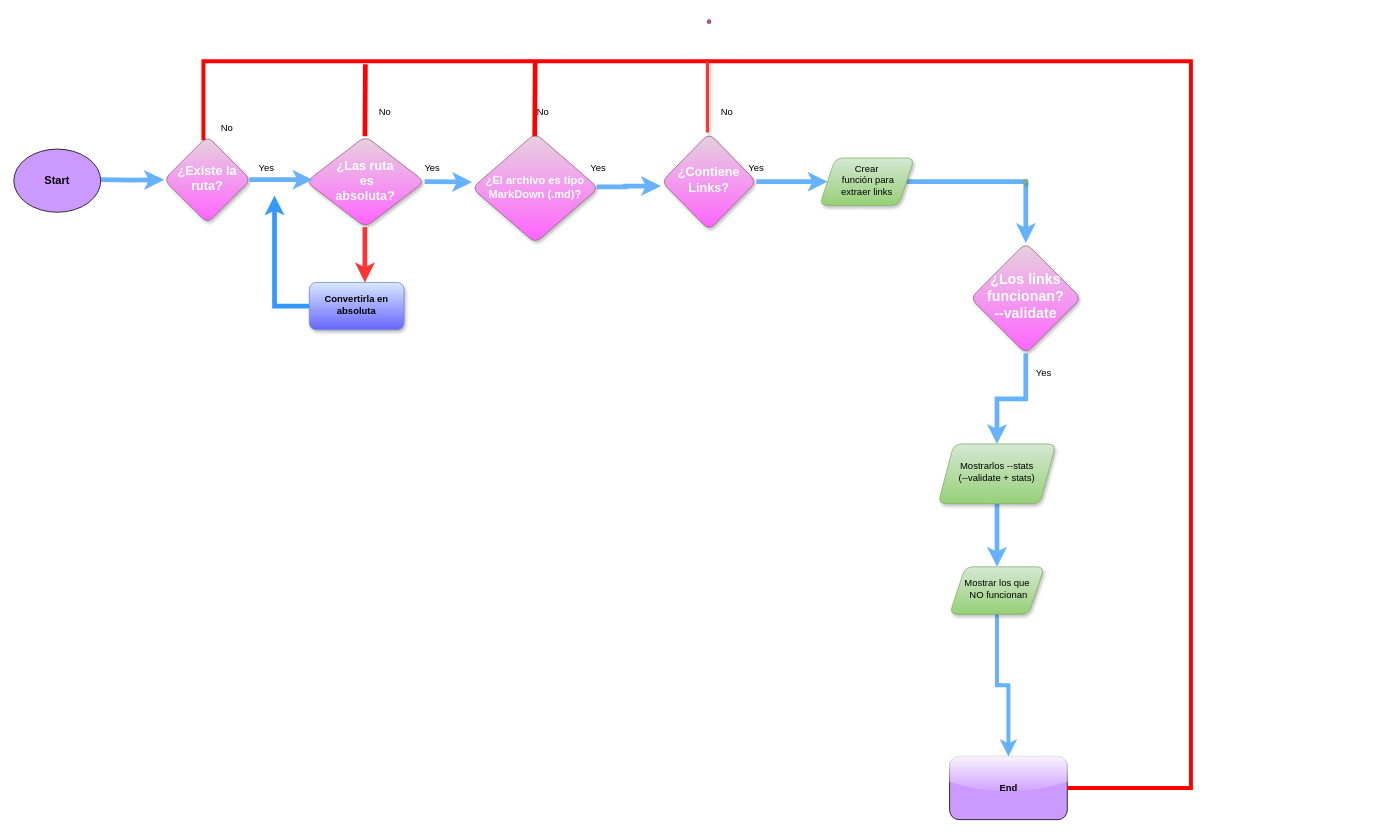
The draw.io diagram Diagrama sin título.drawio in Laboratoria/DEV001-md-links, before the edit. Source tidied: cells renumbered, new cells numbered last; positions are measured from the earlier drawing's top-left corner, leaving out a move shared by most shapes. Both pictures are drawn from the tidied source at 79%, with x=0, y=0 at pixel (13, 13).
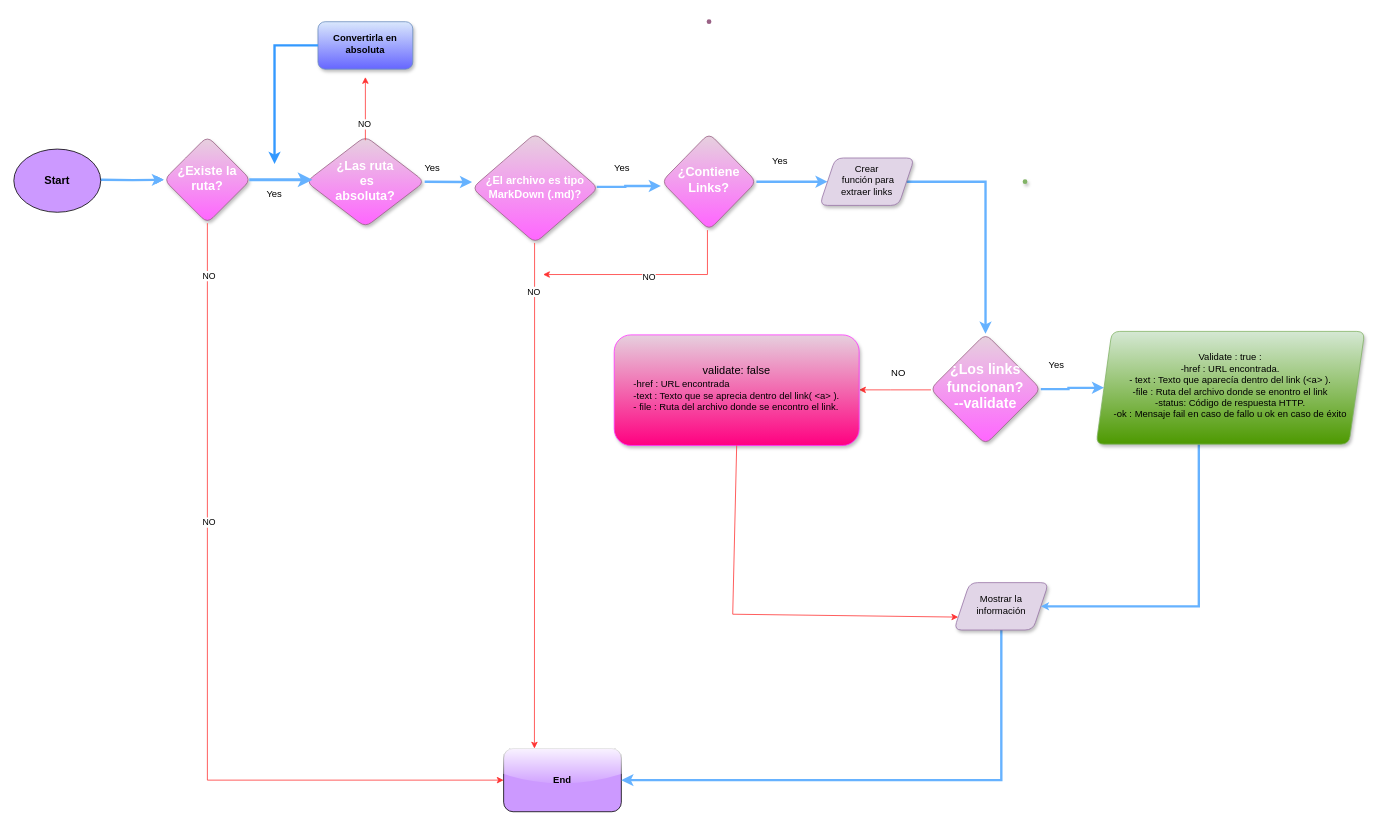
After the change.

Commit message:
Actualizar Diagrama 250123.drawio

Unchanged cells that the change refers to:
```xml
<mxCell id="5" value="&lt;font style=&quot;font-size: 16px;&quot; color=&quot;#ffffff&quot;&gt;&lt;b&gt;¿Las ruta&lt;br&gt;&amp;nbsp;es &lt;br&gt;absoluta?&lt;/b&gt;&lt;/font&gt;" style="rhombus;whiteSpace=wrap;html=1;shadow=1;fontFamily=Helvetica;fontSize=12;align=center;strokeWidth=1;spacing=6;spacingTop=-4;fillColor=#e6d0de;rounded=1;gradientColor=#FF66FF;strokeColor=#996185;" parent="1" vertex="1">
  <mxGeometry x="370" y="155" width="150" height="115" as="geometry" />
</mxCell>
<mxCell id="11" value="&lt;font size=&quot;1&quot; color=&quot;#ffffff&quot;&gt;&lt;b style=&quot;font-size: 16px;&quot;&gt;¿Existe la ruta?&lt;/b&gt;&lt;/font&gt;" style="rhombus;whiteSpace=wrap;html=1;shadow=1;fontFamily=Helvetica;fontSize=12;align=center;strokeWidth=1;spacing=6;spacingTop=-4;fillColor=#e6d0de;strokeColor=#996185;rounded=1;gradientColor=#FF66FF;" parent="1" vertex="1">
  <mxGeometry x="190" y="155" width="110" height="110" as="geometry" />
</mxCell>
<mxCell id="15" value="&lt;b style=&quot;font-size: 16px;&quot;&gt;&lt;font color=&quot;#ffffff&quot;&gt;¿Contiene&lt;br&gt;Links?&lt;/font&gt;&lt;/b&gt;" style="rhombus;whiteSpace=wrap;html=1;shadow=1;fontFamily=Helvetica;fontSize=12;align=center;strokeWidth=1;spacing=6;spacingTop=-4;fillColor=#e6d0de;gradientColor=#FF66FF;strokeColor=#996185;rounded=1;" parent="1" vertex="1">
  <mxGeometry x="820" y="151.2" width="120" height="122.5" as="geometry" />
</mxCell>
```

Change to the diagram source:
```diff
@@
-    <mxCell id="3" style="edgeStyle=orthogonalEdgeStyle;rounded=0;jettySize=auto;html=1;strokeColor=#66B2FF;fontFamily=Helvetica;fillColor=#66B2FF;strokeWidth=6;" parent="1" edge="1" target="11">
+    <mxCell id="3" style="edgeStyle=orthogonalEdgeStyle;rounded=0;jettySize=auto;html=1;strokeColor=#66B2FF;fontFamily=Helvetica;fillColor=#66B2FF;strokeWidth=3;" parent="1" edge="1" target="11">
       <mxGeometry relative="1" as="geometry">
         <mxPoint x="110" y="210" as="sourcePoint" />
       </mxGeometry>
     </mxCell>
@@
-    <mxCell id="6" style="edgeStyle=orthogonalEdgeStyle;rounded=0;orthogonalLoop=1;jettySize=auto;html=1;strokeColor=#66B2FF;fontFamily=Helvetica;fillColor=#3399FF;strokeWidth=6;" parent="1" edge="1">
+    <mxCell id="6" style="edgeStyle=orthogonalEdgeStyle;rounded=0;orthogonalLoop=1;jettySize=auto;html=1;strokeColor=#66B2FF;fontFamily=Helvetica;fillColor=#3399FF;strokeWidth=3;" parent="1" edge="1">
       <mxGeometry relative="1" as="geometry">
         <mxPoint x="737.9" y="219" as="sourcePoint" />
         <mxPoint x="819" y="218" as="targetPoint" />
         <Array as="points">
           <mxPoint x="774" y="219" />
           <mxPoint x="774" y="218" />
         </Array>
       </mxGeometry>
     </mxCell>
@@
     <mxCell id="8" value="&lt;b&gt;Convertirla en absoluta&lt;/b&gt;" style="rounded=1;whiteSpace=wrap;html=1;shadow=1;strokeWidth=1;spacing=6;spacingTop=-4;fillColor=#dae8fc;glass=0;gradientColor=#6666FF;strokeColor=#6c8ebf;" parent="1" vertex="1">
-      <mxGeometry x="374" y="340" width="120" height="60" as="geometry" />
+      <mxGeometry x="385" y="10" width="120" height="60" as="geometry" />
     </mxCell>
     <mxCell id="9" value="Yes" style="text;html=1;strokeColor=none;fillColor=none;align=center;verticalAlign=middle;whiteSpace=wrap;rounded=0;strokeWidth=6;" parent="1" vertex="1">
-      <mxGeometry x="290" y="180" width="60" height="30" as="geometry" />
+      <mxGeometry x="300" y="212.5" width="60" height="30" as="geometry" />
     </mxCell>
     <mxCell id="10" value="&lt;b&gt;End&lt;/b&gt;" style="rounded=1;whiteSpace=wrap;html=1;fontSize=12;glass=1;strokeWidth=1;shadow=0;fillColor=#CC99FF;" parent="1" vertex="1">
-      <mxGeometry x="1184.5" y="940" width="149" height="80" as="geometry" />
+      <mxGeometry x="620" y="930" width="149" height="80" as="geometry" />
     </mxCell>
@@
-    <mxCell id="12" style="endArrow=classic;html=1;rounded=0;strokeColor=#66B2FF;fontFamily=Helvetica;fillColor=#66B2FF;exitX=1;exitY=0.5;exitDx=0;exitDy=0;strokeWidth=6;" parent="1" edge="1" source="5">
+    <mxCell id="12" style="endArrow=classic;html=1;rounded=0;strokeColor=#66B2FF;fontFamily=Helvetica;fillColor=#66B2FF;exitX=1;exitY=0.5;exitDx=0;exitDy=0;strokeWidth=3;" parent="1" edge="1" source="5">
       <mxGeometry relative="1" as="geometry">
         <mxPoint x="580" y="213" as="targetPoint" />
       </mxGeometry>
     </mxCell>
-    <mxCell id="13" style="edgeStyle=orthogonalEdgeStyle;rounded=0;orthogonalLoop=1;jettySize=auto;html=1;strokeColor=#FF3333;fontFamily=Helvetica;fontSize=18;fillColor=#FF0000;strokeWidth=6;" parent="1" edge="1">
-      <mxGeometry relative="1" as="geometry">
-        <mxPoint x="444.4" y="270" as="sourcePoint" />
-        <mxPoint x="444.4" y="340" as="targetPoint" />
-      </mxGeometry>
-    </mxCell>
-    <mxCell id="14" style="edgeStyle=orthogonalEdgeStyle;rounded=0;jettySize=auto;html=1;strokeColor=#66B2FF;strokeWidth=6;fontFamily=Helvetica;fontSize=18;fontColor=#FFFFFF;fillColor=#3399FF;" parent="1" edge="1" source="15" target="32">
+    <mxCell id="14" style="edgeStyle=orthogonalEdgeStyle;rounded=0;jettySize=auto;html=1;strokeColor=#66B2FF;strokeWidth=3;fontFamily=Helvetica;fontSize=18;fontColor=#FFFFFF;fillColor=#3399FF;" parent="1" edge="1" source="15" target="32">
       <mxGeometry relative="1" as="geometry" />
     </mxCell>
@@
-    <mxCell id="16" style="endArrow=classic;html=1;rounded=0;strokeColor=#66B2FF;fontFamily=Helvetica;fillColor=#66B2FF;entryX=0;entryY=0.5;entryDx=0;entryDy=0;strokeWidth=6;" parent="1" edge="1">
+    <mxCell id="16" style="endArrow=classic;html=1;rounded=0;strokeColor=#66B2FF;fontFamily=Helvetica;fillColor=#66B2FF;entryX=0;entryY=0.5;entryDx=0;entryDy=0;strokeWidth=4;" parent="1" edge="1">
       <mxGeometry relative="1" as="geometry">
         <mxPoint x="298" y="210" as="sourcePoint" />
         <mxPoint x="378" y="210" as="targetPoint" />
         <Array as="points">
           <mxPoint x="368" y="210" />
         </Array>
       </mxGeometry>
     </mxCell>
@@
     <mxCell id="18" value="Yes" style="text;html=1;strokeColor=none;fillColor=none;align=center;verticalAlign=middle;whiteSpace=wrap;rounded=0;" parent="1" vertex="1">
-      <mxGeometry x="710" y="180" width="60" height="30" as="geometry" />
+      <mxGeometry x="740" y="180" width="60" height="30" as="geometry" />
     </mxCell>
-    <mxCell id="19" style="endArrow=classic;html=1;rounded=0;strokeColor=#3399FF;fontFamily=Helvetica;fillColor=#66B2FF;exitX=0;exitY=0.5;exitDx=0;exitDy=0;strokeWidth=6;" parent="1" edge="1" source="8">
+    <mxCell id="19" style="endArrow=classic;html=1;rounded=0;strokeColor=#3399FF;fontFamily=Helvetica;fillColor=#66B2FF;exitX=0;exitY=0.5;exitDx=0;exitDy=0;strokeWidth=3;" parent="1" edge="1" source="8">
       <mxGeometry relative="1" as="geometry">
-        <mxPoint x="330" y="230" as="targetPoint" />
+        <mxPoint x="330" y="190" as="targetPoint" />
         <Array as="points">
-          <mxPoint x="330" y="370" />
-          <mxPoint x="330" y="340" />
+          <mxPoint x="330" y="40" />
         </Array>
       </mxGeometry>
     </mxCell>
     <mxCell id="20" value="Yes" style="text;html=1;strokeColor=none;fillColor=none;align=center;verticalAlign=middle;whiteSpace=wrap;rounded=0;" parent="1" vertex="1">
-      <mxGeometry x="910" y="180" width="60" height="30" as="geometry" />
+      <mxGeometry x="940" y="171.2" width="60" height="30" as="geometry" />
     </mxCell>
-    <mxCell id="21" style="endArrow=none;html=1;rounded=0;strokeColor=#FF0000;fontFamily=Helvetica;fontSize=18;fontColor=#FFFFFF;fillColor=#FF3333;strokeWidth=6;" parent="1" edge="1">
-      <mxGeometry relative="1" as="geometry">
-        <mxPoint x="444.5" y="155" as="sourcePoint" />
-        <mxPoint x="445" y="63.8" as="targetPoint" />
-      </mxGeometry>
-    </mxCell>
-    <mxCell id="22" style="endArrow=none;html=1;rounded=0;strokeColor=#FF0000;fontFamily=Helvetica;fontSize=18;fontColor=#FFFFFF;fillColor=#FF3333;strokeWidth=6;" parent="1" edge="1">
-      <mxGeometry relative="1" as="geometry">
-        <mxPoint x="659.4" y="155" as="sourcePoint" />
-        <mxPoint x="660" y="60" as="targetPoint" />
-      </mxGeometry>
-    </mxCell>
-    <mxCell id="23" style="endArrow=none;html=1;rounded=0;strokeColor=#FF0000;fontFamily=Helvetica;fontSize=18;fontColor=#FFFFFF;fillColor=#FF3333;entryX=1;entryY=0.5;entryDx=0;entryDy=0;exitX=0;exitY=1;exitDx=0;exitDy=0;strokeWidth=5;" parent="1" edge="1" source="24" target="10">
-      <mxGeometry relative="1" as="geometry">
-        <Array as="points">
-          <mxPoint x="240" y="110" />
-          <mxPoint x="240" y="60" />
-          <mxPoint x="1490" y="60" />
-          <mxPoint x="1490" y="980" />
-        </Array>
-      </mxGeometry>
-    </mxCell>
-    <mxCell id="24" value="No" style="text;html=1;strokeColor=none;fillColor=none;align=center;verticalAlign=middle;whiteSpace=wrap;rounded=0;" parent="1" vertex="1">
-      <mxGeometry x="240" y="130" width="60" height="30" as="geometry" />
-    </mxCell>
-    <mxCell id="25" value="No" style="text;html=1;strokeColor=none;fillColor=none;align=center;verticalAlign=middle;whiteSpace=wrap;rounded=0;" parent="1" vertex="1">
-      <mxGeometry x="440" y="110" width="60" height="30" as="geometry" />
-    </mxCell>
-    <mxCell id="26" value="No" style="text;html=1;strokeColor=none;fillColor=none;align=center;verticalAlign=middle;whiteSpace=wrap;rounded=0;" parent="1" vertex="1">
-      <mxGeometry x="640" y="110" width="60" height="30" as="geometry" />
-    </mxCell>
-    <mxCell id="27" value="No" style="text;html=1;strokeColor=none;fillColor=none;align=center;verticalAlign=middle;whiteSpace=wrap;rounded=0;" parent="1" vertex="1">
-      <mxGeometry x="873" y="110" width="60" height="30" as="geometry" />
-    </mxCell>
-    <mxCell id="28" style="edgeStyle=orthogonalEdgeStyle;rounded=0;jettySize=auto;html=1;strokeColor=#66B2FF;fontFamily=Helvetica;fontSize=18;fontColor=#FFFFFF;fillColor=#3399FF;strokeWidth=5;" parent="1" edge="1" source="29" target="10">
-      <mxGeometry relative="1" as="geometry" />
+    <mxCell id="28" style="edgeStyle=orthogonalEdgeStyle;rounded=0;jettySize=auto;html=1;strokeColor=#66B2FF;fontFamily=Helvetica;fontSize=18;fontColor=#FFFFFF;fillColor=#3399FF;strokeWidth=3;" parent="1" edge="1" source="29" target="10">
+      <mxGeometry relative="1" as="geometry">
+        <Array as="points">
+          <mxPoint x="1250" y="970" />
+        </Array>
+      </mxGeometry>
     </mxCell>
-    <mxCell id="29" value="Mostrar los que&lt;br&gt;&amp;nbsp;NO funcionan" style="shape=parallelogram;perimeter=parallelogramPerimeter;whiteSpace=wrap;html=1;fixedSize=1;fillColor=#d5e8d4;shadow=1;strokeWidth=1;spacing=6;spacingTop=-4;gradientColor=#97d077;strokeColor=#82b366;rounded=1;" parent="1" vertex="1">
-      <mxGeometry x="1184.5" y="700" width="120" height="60" as="geometry" />
+    <mxCell id="29" value="Mostrar la información" style="shape=parallelogram;perimeter=parallelogramPerimeter;whiteSpace=wrap;html=1;fixedSize=1;fillColor=#e1d5e7;shadow=1;strokeWidth=1;spacing=6;spacingTop=-4;strokeColor=#9673a6;rounded=1;" parent="1" vertex="1">
+      <mxGeometry x="1190" y="720" width="120" height="60" as="geometry" />
     </mxCell>
@@
-    <mxCell id="31" style="edgeStyle=orthogonalEdgeStyle;rounded=0;jettySize=auto;html=1;strokeColor=#66B2FF;strokeWidth=6;fontFamily=Helvetica;fontSize=18;fontColor=#FFFFFF;fillColor=#3399FF;" parent="1" edge="1" source="32" target="37">
+    <mxCell id="31" style="edgeStyle=orthogonalEdgeStyle;rounded=0;jettySize=auto;html=1;strokeColor=#66B2FF;strokeWidth=3;fontFamily=Helvetica;fontSize=18;fontColor=#FFFFFF;fillColor=#3399FF;" parent="1" edge="1" source="32" target="37">
       <mxGeometry relative="1" as="geometry" />
     </mxCell>
-    <mxCell id="32" value="Crear&lt;br style=&quot;border-color: var(--border-color);&quot;&gt;&amp;nbsp;función para&lt;br style=&quot;border-color: var(--border-color);&quot;&gt;extraer links" style="shape=parallelogram;perimeter=parallelogramPerimeter;whiteSpace=wrap;html=1;fixedSize=1;shadow=1;strokeWidth=1;spacing=6;spacingTop=-4;fillColor=#d5e8d4;gradientColor=#97d077;strokeColor=#82b366;rounded=1;" parent="1" vertex="1">
+    <mxCell id="32" value="Crear&lt;br style=&quot;border-color: var(--border-color);&quot;&gt;&amp;nbsp;función para&lt;br style=&quot;border-color: var(--border-color);&quot;&gt;extraer links" style="shape=parallelogram;perimeter=parallelogramPerimeter;whiteSpace=wrap;html=1;fixedSize=1;shadow=1;strokeWidth=1;spacing=6;spacingTop=-4;fillColor=#e1d5e7;strokeColor=#9673a6;rounded=1;" parent="1" vertex="1">
       <mxGeometry x="1020" y="182.5" width="120" height="60" as="geometry" />
     </mxCell>
@@
-    <mxCell id="35" style="line;strokeWidth=4;direction=south;html=1;perimeter=backbonePerimeter;rounded=1;shadow=1;glass=1;labelBackgroundColor=#FFFFFF;sketch=0;fontFamily=Helvetica;fontSize=18;fontColor=#FFFFFF;fillColor=#00CC66;gradientColor=#6666FF;strokeColor=#FF3333;" parent="1" vertex="1">
-      <mxGeometry x="873" y="60" width="10" height="90" as="geometry" />
-    </mxCell>
-    <mxCell id="36" style="edgeStyle=orthogonalEdgeStyle;rounded=0;jettySize=auto;html=1;strokeColor=#66B2FF;strokeWidth=6;fontFamily=Helvetica;fontSize=16;fontColor=#FFFFFF;fillColor=#3399FF;" parent="1" edge="1" source="37" target="39">
+    <mxCell id="36" style="edgeStyle=orthogonalEdgeStyle;rounded=0;jettySize=auto;html=1;strokeColor=#66B2FF;strokeWidth=3;fontFamily=Helvetica;fontSize=16;fontColor=#FFFFFF;fillColor=#3399FF;" parent="1" edge="1" source="37" target="39">
       <mxGeometry relative="1" as="geometry" />
     </mxCell>
+    <mxCell id="41" style="edgeStyle=orthogonalEdgeStyle;rounded=0;jettySize=auto;html=1;strokeColor=#FF3333;" parent="1" edge="1" source="37" target="42">
+      <mxGeometry relative="1" as="geometry">
+        <Array as="points">
+          <mxPoint x="1110" y="476" />
+          <mxPoint x="1110" y="476" />
+        </Array>
+      </mxGeometry>
+    </mxCell>
     <mxCell id="37" value="&lt;font style=&quot;font-size: 18px;&quot; color=&quot;#ffffff&quot;&gt;&lt;b&gt;¿Los links&lt;br&gt;funcionan?&lt;br&gt;--validate&lt;br&gt;&lt;/b&gt;&lt;/font&gt;" style="rhombus;whiteSpace=wrap;html=1;fillColor=#e6d0de;strokeColor=#996185;shadow=1;strokeWidth=1;spacing=6;spacingTop=-4;gradientColor=#FF66FF;rounded=1;" parent="1" vertex="1">
-      <mxGeometry x="1211" y="290" width="140" height="140" as="geometry" />
+      <mxGeometry x="1160" y="405" width="140" height="140" as="geometry" />
     </mxCell>
-    <mxCell id="38" style="edgeStyle=orthogonalEdgeStyle;rounded=0;jettySize=auto;html=1;strokeColor=#66B2FF;strokeWidth=6;fontFamily=Helvetica;fontSize=16;fontColor=#FFFFFF;fillColor=#3399FF;" parent="1" edge="1" source="39" target="29">
-      <mxGeometry relative="1" as="geometry" />
+    <mxCell id="38" style="edgeStyle=orthogonalEdgeStyle;rounded=0;jettySize=auto;html=1;strokeColor=#66B2FF;strokeWidth=3;fontFamily=Helvetica;fontSize=16;fontColor=#FFFFFF;fillColor=#3399FF;endSize=1;startSize=0;jumpSize=0;" parent="1" edge="1" source="39" target="29">
+      <mxGeometry relative="1" as="geometry">
+        <Array as="points">
+          <mxPoint x="1500" y="750" />
+        </Array>
+      </mxGeometry>
     </mxCell>
-    <mxCell id="39" value="Mostrarlos --stats&lt;br&gt;(--validate + stats)" style="shape=parallelogram;perimeter=parallelogramPerimeter;whiteSpace=wrap;html=1;fixedSize=1;fillColor=#d5e8d4;strokeColor=#82b366;shadow=1;strokeWidth=1;spacing=6;spacingTop=-4;gradientColor=#97d077;rounded=1;" parent="1" vertex="1">
-      <mxGeometry x="1170" y="544.5" width="149" height="75.5" as="geometry" />
+    <mxCell id="39" value="Validate : true :&lt;br&gt;-href : URL encontrada.&lt;br&gt;- text : Texto que aparecía dentro del link (&amp;lt;a&amp;gt; ).&lt;br&gt;-file : Ruta del archivo donde se enontro el link&lt;br&gt;-status: Código de respuesta HTTP.&lt;br&gt;-ok : Mensaje fail en caso de fallo u ok en caso de éxito" style="shape=parallelogram;perimeter=parallelogramPerimeter;whiteSpace=wrap;html=1;fixedSize=1;fillColor=#d5e8d4;strokeColor=#82b366;shadow=1;strokeWidth=1;spacing=6;spacingTop=-4;gradientColor=#4D9900;rounded=1;" parent="1" vertex="1">
+      <mxGeometry x="1370" y="402" width="340" height="142.8" as="geometry" />
     </mxCell>
     <mxCell id="40" value="Yes" style="text;html=1;strokeColor=none;fillColor=none;align=center;verticalAlign=middle;whiteSpace=wrap;rounded=0;" parent="1" vertex="1">
-      <mxGeometry x="1273.5" y="440" width="60" height="30" as="geometry" />
+      <mxGeometry x="1290" y="430" width="60" height="30" as="geometry" />
     </mxCell>
+    <mxCell id="42" value="&lt;font style=&quot;font-size: 14px;&quot;&gt;validate: false&lt;br&gt;&lt;div style=&quot;text-align: left;&quot;&gt;&lt;span style=&quot;background-color: initial; font-size: 12px;&quot;&gt;-href : URL encontrada&lt;/span&gt;&lt;/div&gt;&lt;/font&gt;&lt;div style=&quot;text-align: left;&quot;&gt;&lt;span style=&quot;background-color: initial;&quot;&gt;-text : Texto que se aprecia dentro del link( &amp;lt;a&amp;gt; ).&lt;/span&gt;&lt;/div&gt;&lt;div style=&quot;text-align: left;&quot;&gt;&lt;span style=&quot;background-color: initial;&quot;&gt;- file : Ruta del archivo donde se encontro el link.&lt;/span&gt;&lt;/div&gt;" style="whiteSpace=wrap;html=1;fillColor=#e6d0de;strokeColor=#FF33FF;shadow=1;strokeWidth=1;spacing=6;spacingTop=-4;gradientColor=#FF0080;rounded=1;" parent="1" vertex="1">
+      <mxGeometry x="760" y="406.4" width="310" height="140" as="geometry" />
+    </mxCell>
+    <mxCell id="43" style="endArrow=classic;html=1;rounded=0;strokeColor=#FF3333;exitX=0.5;exitY=1;exitDx=0;exitDy=0;entryX=0;entryY=0.5;entryDx=0;entryDy=0;" parent="1" edge="1" source="11" target="10">
+      <mxGeometry relative="1" as="geometry">
+        <Array as="points">
+          <mxPoint x="245" y="970" />
+        </Array>
+      </mxGeometry>
+    </mxCell>
+    <mxCell id="44" value="NO" style="edgeLabel;html=1;align=center;verticalAlign=middle;" parent="43" vertex="1">
+      <mxGeometry x="-0.3" y="1" relative="1" as="geometry" />
+    </mxCell>
+    <mxCell id="45" value="NO" style="edgeLabel;html=1;align=center;verticalAlign=middle;" parent="43" vertex="1">
+      <mxGeometry x="-0.88" y="1" relative="1" as="geometry">
+        <mxPoint y="1" as="offset" />
+      </mxGeometry>
+    </mxCell>
+    <mxCell id="46" style="endArrow=classic;html=1;rounded=0;strokeColor=#FF3333;" parent="1" edge="1">
+      <mxGeometry relative="1" as="geometry">
+        <mxPoint x="659.2" y="290" as="sourcePoint" />
+        <mxPoint x="659" y="930" as="targetPoint" />
+        <Array as="points">
+          <mxPoint x="659.2" y="476.2" />
+        </Array>
+      </mxGeometry>
+    </mxCell>
+    <mxCell id="47" value="NO" style="edgeLabel;html=1;align=center;verticalAlign=middle;" parent="46" vertex="1">
+      <mxGeometry x="-0.81" y="-2" relative="1" as="geometry" />
+    </mxCell>
+    <mxCell id="48" style="endArrow=classic;html=1;rounded=0;strokeColor=#FF3333;" parent="1" edge="1">
+      <mxGeometry relative="1" as="geometry">
+        <mxPoint x="878" y="273.8" as="sourcePoint" />
+        <mxPoint x="670" y="330" as="targetPoint" />
+        <Array as="points">
+          <mxPoint x="878" y="330" />
+        </Array>
+      </mxGeometry>
+    </mxCell>
+    <mxCell id="49" value="NO" style="edgeLabel;html=1;align=center;verticalAlign=middle;" parent="48" vertex="1">
+      <mxGeometry y="3" relative="1" as="geometry">
+        <mxPoint x="1" as="offset" />
+      </mxGeometry>
+    </mxCell>
+    <mxCell id="50" style="endArrow=classic;html=1;rounded=0;strokeColor=#FF3333;" parent="1" edge="1">
+      <mxGeometry relative="1" as="geometry">
+        <mxPoint x="445" y="160" as="sourcePoint" />
+        <mxPoint x="445" y="80" as="targetPoint" />
+      </mxGeometry>
+    </mxCell>
+    <mxCell id="51" value="NO" style="edgeLabel;html=1;align=center;verticalAlign=middle;" parent="50" vertex="1">
+      <mxGeometry x="-0.44" y="2" relative="1" as="geometry">
+        <mxPoint y="1" as="offset" />
+      </mxGeometry>
+    </mxCell>
+    <mxCell id="52" style="endArrow=classic;html=1;rounded=0;strokeColor=#FF3333;fontSize=14;exitX=0.5;exitY=1;exitDx=0;exitDy=0;entryX=0;entryY=0.75;entryDx=0;entryDy=0;" parent="1" edge="1" source="42" target="29">
+      <mxGeometry relative="1" as="geometry">
+        <Array as="points">
+          <mxPoint x="910" y="760" />
+        </Array>
+      </mxGeometry>
+    </mxCell>
+    <mxCell id="53" value="NO" style="text;html=1;strokeColor=none;fillColor=none;align=center;verticalAlign=middle;whiteSpace=wrap;rounded=0;" parent="1" vertex="1">
+      <mxGeometry x="1090" y="440" width="60" height="30" as="geometry" />
+    </mxCell>
```
